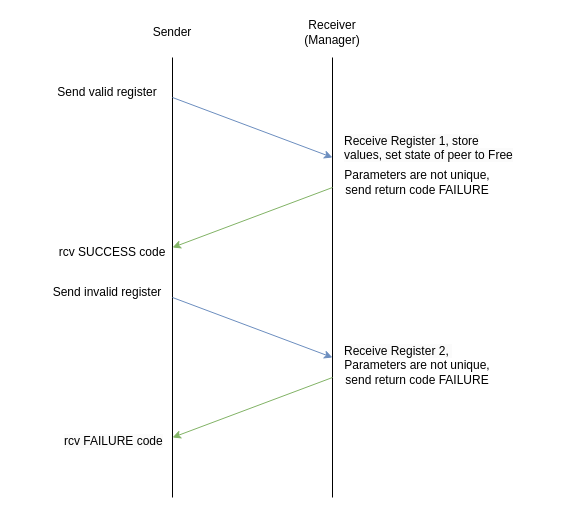
Earlier version of the draw.io diagram TS1.drawio (TalonRoberts/cse360_helloworld). Source tidied: cells renumbered, new cells numbered last; positions are measured from the earlier drawing's top-left corner, leaving out a move shared by most shapes. Both pictures are drawn from the tidied source at 100%, with x=0, y=0 at pixel (47, 17).
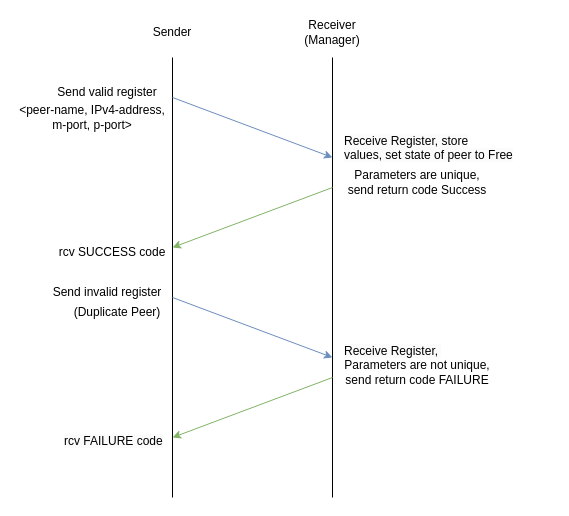
The same diagram, later.

Diff of the diagram source:
```diff
@@
-    <mxCell id="13" value="&lt;span style=&quot;color: rgb(0, 0, 0); font-family: Helvetica; font-size: 12px; font-style: normal; font-variant-ligatures: normal; font-variant-caps: normal; font-weight: 400; letter-spacing: normal; orphans: 2; text-align: center; text-indent: 0px; text-transform: none; widows: 2; word-spacing: 0px; -webkit-text-stroke-width: 0px; white-space: normal; background-color: rgb(251, 251, 251); text-decoration-thickness: initial; text-decoration-style: initial; text-decoration-color: initial; float: none; display: inline !important;&quot;&gt;Receive Register 2,&amp;nbsp;&lt;/span&gt;" style="text;whiteSpace=wrap;html=1;" parent="1" vertex="1">
+    <mxCell id="13" value="&lt;span style=&quot;color: rgb(0, 0, 0); font-family: Helvetica; font-size: 12px; font-style: normal; font-variant-ligatures: normal; font-variant-caps: normal; font-weight: 400; letter-spacing: normal; orphans: 2; text-align: center; text-indent: 0px; text-transform: none; widows: 2; word-spacing: 0px; -webkit-text-stroke-width: 0px; white-space: normal; background-color: rgb(251, 251, 251); text-decoration-thickness: initial; text-decoration-style: initial; text-decoration-color: initial; float: none; display: inline !important;&quot;&gt;Receive Register,&amp;nbsp;&lt;/span&gt;" style="text;whiteSpace=wrap;html=1;" parent="1" vertex="1">
       <mxGeometry x="295" y="320" width="210" height="50" as="geometry" />
     </mxCell>
@@
-    <mxCell id="16" value="&lt;span style=&quot;color: rgb(0, 0, 0); font-family: Helvetica; font-size: 12px; font-style: normal; font-variant-ligatures: normal; font-variant-caps: normal; font-weight: 400; letter-spacing: normal; orphans: 2; text-align: center; text-indent: 0px; text-transform: none; widows: 2; word-spacing: 0px; -webkit-text-stroke-width: 0px; white-space: normal; background-color: rgb(251, 251, 251); text-decoration-thickness: initial; text-decoration-style: initial; text-decoration-color: initial; float: none; display: inline !important;&quot;&gt;Receive Register 1, store values,&amp;nbsp;&lt;/span&gt;&lt;span style=&quot;background-color: light-dark(rgb(251, 251, 251), rgb(21, 21, 21)); color: light-dark(rgb(0, 0, 0), rgb(237, 237, 237)); text-align: center;&quot;&gt;set state of peer to Free&lt;/span&gt;" style="text;whiteSpace=wrap;html=1;" parent="1" vertex="1">
+    <mxCell id="16" value="&lt;span style=&quot;color: rgb(0, 0, 0); font-family: Helvetica; font-size: 12px; font-style: normal; font-variant-ligatures: normal; font-variant-caps: normal; font-weight: 400; letter-spacing: normal; orphans: 2; text-align: center; text-indent: 0px; text-transform: none; widows: 2; word-spacing: 0px; -webkit-text-stroke-width: 0px; white-space: normal; background-color: rgb(251, 251, 251); text-decoration-thickness: initial; text-decoration-style: initial; text-decoration-color: initial; float: none; display: inline !important;&quot;&gt;Receive Register, store values,&amp;nbsp;&lt;/span&gt;&lt;span style=&quot;background-color: light-dark(rgb(251, 251, 251), rgb(21, 21, 21)); color: light-dark(rgb(0, 0, 0), rgb(237, 237, 237)); text-align: center;&quot;&gt;set state of peer to Free&lt;/span&gt;" style="text;whiteSpace=wrap;html=1;" parent="1" vertex="1">
       <mxGeometry x="295" y="110" width="180" height="50" as="geometry" />
     </mxCell>
-    <mxCell id="17" value="Parameters are not unique, send return code FAILURE" style="text;strokeColor=none;align=center;fillColor=none;html=1;verticalAlign=middle;whiteSpace=wrap;rounded=0;" parent="1" vertex="1">
+    <mxCell id="17" value="Parameters are unique, send return code Success" style="text;strokeColor=none;align=center;fillColor=none;html=1;verticalAlign=middle;whiteSpace=wrap;rounded=0;" parent="1" vertex="1">
       <mxGeometry x="295" y="150" width="150" height="30" as="geometry" />
     </mxCell>
+    <mxCell id="18" value="&amp;lt;peer-name, IPv4-address, m-port, p-port&amp;gt;" style="text;strokeColor=none;align=center;fillColor=none;html=1;verticalAlign=middle;whiteSpace=wrap;rounded=0;" parent="1" vertex="1">
+      <mxGeometry x="-30" y="80" width="150" height="40" as="geometry" />
+    </mxCell>
+    <mxCell id="19" value="(Duplicate Peer)" style="text;strokeColor=none;align=center;fillColor=none;html=1;verticalAlign=middle;whiteSpace=wrap;rounded=0;" parent="1" vertex="1">
+      <mxGeometry x="15" y="270" width="110" height="50" as="geometry" />
+    </mxCell>
```
